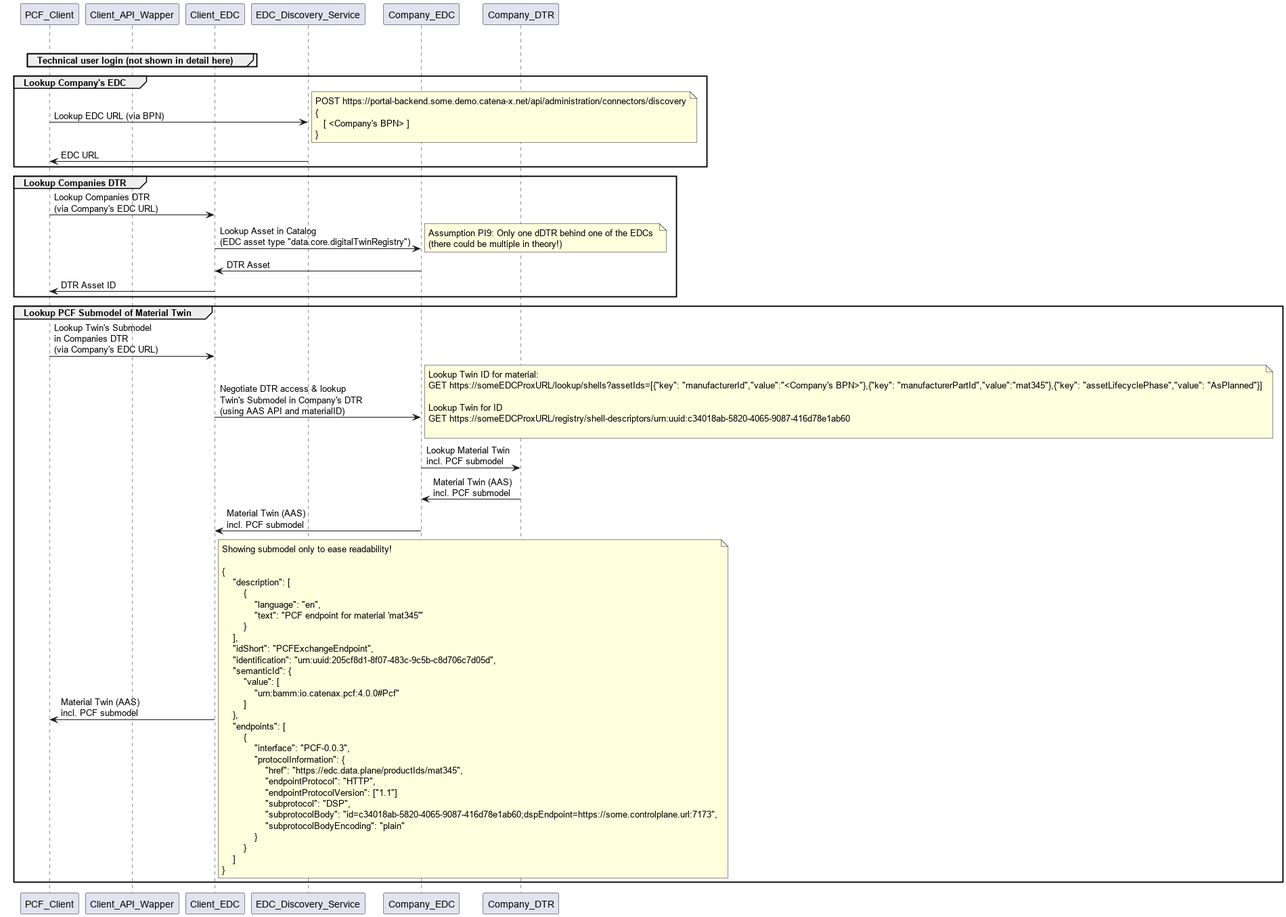
Earlier version of the PlantUML export resources/development-view/EDCDiscoveryanddDTRAccess.png (eclipse-tractusx/pcf-exchange-kit).
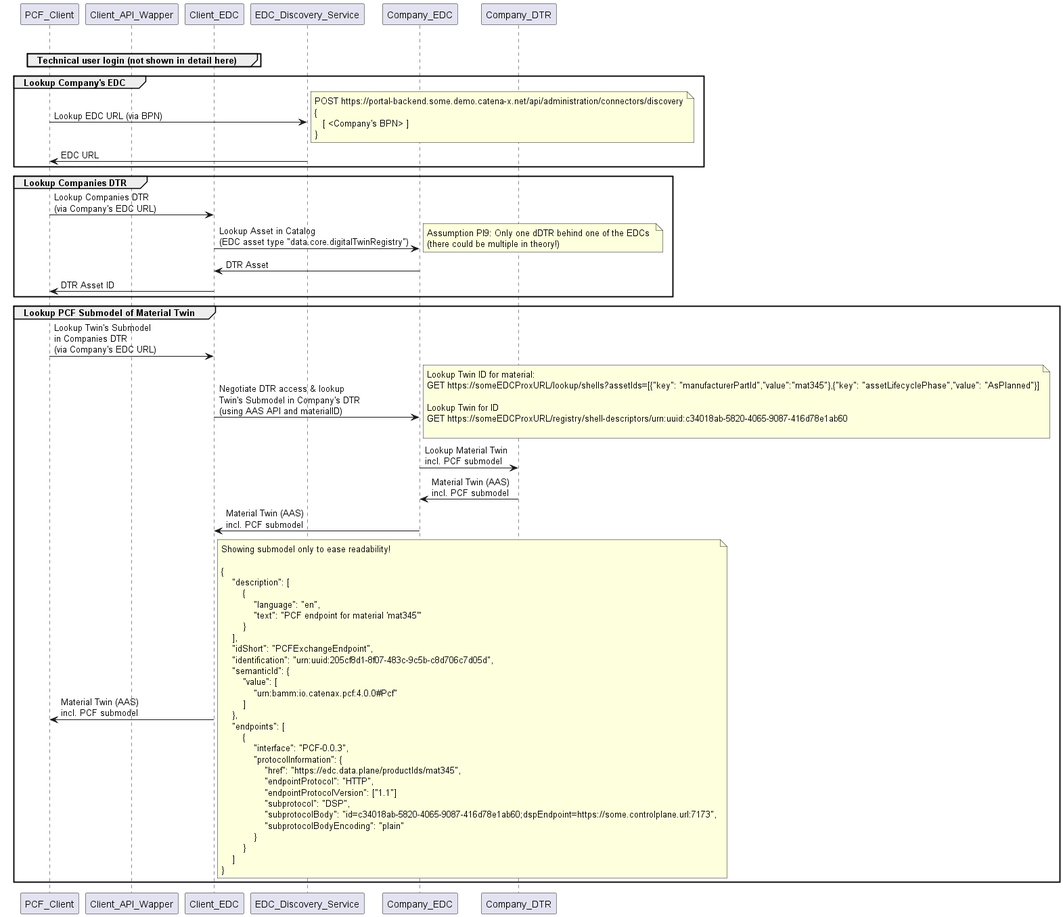
Later version of the same file.

Diff of the diagram source:
```diff
@@ -43,7 +43,7 @@
 Client_EDC -> Company_EDC: Negotiate DTR access & lookup\nTwin's Submodel in Company's DTR\n(using AAS API and materialID)
 note right
 Lookup Twin ID for material:
-GET https://someEDCProxURL/lookup/shells?assetIds=[{"key": "manufacturerId","value":"<Company's BPN>"},{"key": "manufacturerPartId","value":"mat345"},{"key": "assetLifecyclePhase","value": "AsPlanned"}]
+GET https://someEDCProxURL/lookup/shells?assetIds=[{"key": "manufacturerPartId","value":"mat345"},{"key": "assetLifecyclePhase","value": "AsPlanned"}]
 
 Lookup Twin for ID
 GET https://someEDCProxURL/registry/shell-descriptors/urn:uuid:c34018ab-5820-4065-9087-416d78e1ab60
```
